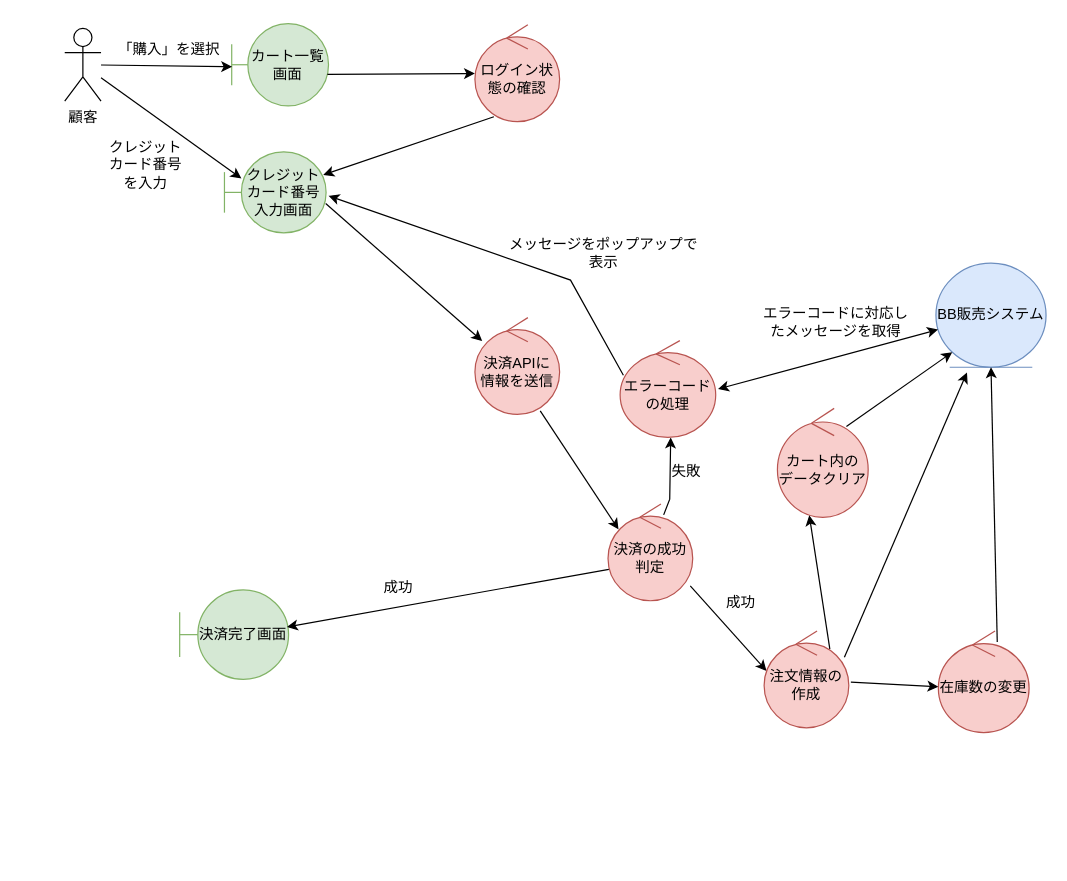
This is BB/analysys_purchase.drawio from FujikawaHirono0520/group3_1_dogdog, a draw.io file, before an edit. Source tidied: cells renumbered, new cells numbered last; positions are measured from the earlier drawing's top-left corner, leaving out a move shared by most shapes. Both pictures are drawn from the tidied source at 121%, with x=0, y=0 at pixel (64, 23).
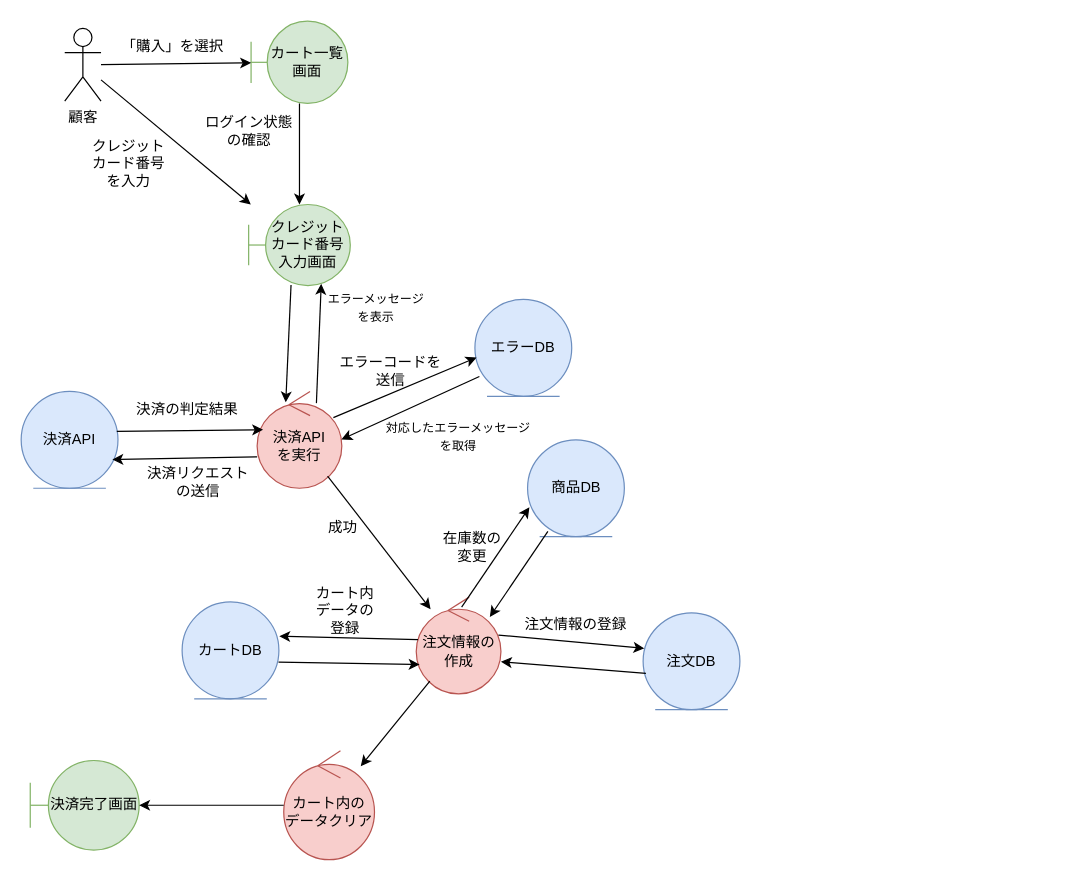
After the change.

Commit message (it also covers changes not shown here):
購入　シーケンス

Unchanged cells that the change refers to:
```xml
<mxCell id="2" value="顧客" style="shape=umlActor;verticalLabelPosition=bottom;verticalAlign=top;html=1;outlineConnect=0;" parent="1" vertex="1">
  <mxGeometry y="4" width="30" height="60" as="geometry" />
</mxCell>
```

The edit, as a diff of the source:
```diff
@@
     <mxCell id="3" value="カート一覧画面" style="shape=umlBoundary;whiteSpace=wrap;html=1;fillColor=#d5e8d4;strokeColor=#82b366;" parent="1" vertex="1">
-      <mxGeometry x="138" width="80" height="68" as="geometry" />
+      <mxGeometry x="154" y="-2" width="80" height="68" as="geometry" />
     </mxCell>
-    <mxCell id="4" style="endArrow=classic;html=1;rounded=0;entryX=0.004;entryY=0.525;entryDx=0;entryDy=0;entryPerimeter=0;" parent="1" edge="1" source="2" target="3">
+    <mxCell id="4" style="endArrow=classic;html=1;rounded=0;" parent="1" edge="1" source="2" target="3">
       <mxGeometry relative="1" as="geometry" />
     </mxCell>
-    <mxCell id="5" style="endArrow=classic;html=1;rounded=0;exitX=0.988;exitY=0.618;exitDx=0;exitDy=0;exitPerimeter=0;" parent="1" edge="1" source="3" target="6">
-      <mxGeometry relative="1" as="geometry" />
-    </mxCell>
-    <mxCell id="6" value="ログイン状態の確認" style="ellipse;shape=umlControl;whiteSpace=wrap;html=1;fillColor=#f8cecc;strokeColor=#b85450;" parent="1" vertex="1">
-      <mxGeometry x="339" y="1" width="70" height="80" as="geometry" />
-    </mxCell>
     <mxCell id="7" value="「購入」を選択" style="text;html=1;align=center;verticalAlign=middle;whiteSpace=wrap;rounded=0;" parent="1" vertex="1">
-      <mxGeometry x="41" y="7" width="91" height="30" as="geometry" />
+      <mxGeometry x="44" y="4" width="91" height="30" as="geometry" />
     </mxCell>
     <mxCell id="8" value="クレジットカード番号入力画面" style="shape=umlBoundary;whiteSpace=wrap;html=1;fillColor=#d5e8d4;strokeColor=#82b366;" parent="1" vertex="1">
-      <mxGeometry x="132" y="106" width="84" height="67" as="geometry" />
+      <mxGeometry x="152" y="149.5" width="84" height="67" as="geometry" />
     </mxCell>
-    <mxCell id="9" style="endArrow=classic;html=1;rounded=0;exitX=0.224;exitY=0.95;exitDx=0;exitDy=0;exitPerimeter=0;entryX=0.972;entryY=0.284;entryDx=0;entryDy=0;entryPerimeter=0;" parent="1" edge="1" source="6" target="8">
-      <mxGeometry relative="1" as="geometry" />
-    </mxCell>
-    <mxCell id="10" style="endArrow=classic;html=1;rounded=0;entryX=0.167;entryY=0.328;entryDx=0;entryDy=0;entryPerimeter=0;" parent="1" edge="1" source="2" target="8">
+    <mxCell id="10" style="endArrow=classic;html=1;rounded=0;" parent="1" edge="1" source="2" target="8">
       <mxGeometry relative="1" as="geometry" />
     </mxCell>
-    <mxCell id="11" value="決済APIに&lt;div&gt;情報を送信&lt;/div&gt;" style="ellipse;shape=umlControl;whiteSpace=wrap;html=1;fillColor=#f8cecc;strokeColor=#b85450;" parent="1" vertex="1">
-      <mxGeometry x="339" y="243" width="70" height="80" as="geometry" />
-    </mxCell>
-    <mxCell id="12" style="endArrow=classic;html=1;rounded=0;exitX=0.996;exitY=0.637;exitDx=0;exitDy=0;exitPerimeter=0;entryX=0.086;entryY=0.242;entryDx=0;entryDy=0;entryPerimeter=0;" parent="1" edge="1" source="8" target="11">
-      <mxGeometry relative="1" as="geometry" />
-    </mxCell>
     <mxCell id="13" value="クレジットカード番号を入力&lt;div&gt;&lt;br&gt;&lt;/div&gt;" style="text;html=1;align=center;verticalAlign=middle;whiteSpace=wrap;rounded=0;" parent="1" vertex="1">
-      <mxGeometry x="32" y="112" width="70" height="24" as="geometry" />
+      <mxGeometry x="18" y="111" width="70" height="24" as="geometry" />
     </mxCell>
-    <mxCell id="14" style="endArrow=classic;html=1;rounded=0;exitX=0.771;exitY=0.963;exitDx=0;exitDy=0;exitPerimeter=0;entryX=0.124;entryY=0.263;entryDx=0;entryDy=0;entryPerimeter=0;" parent="1" edge="1" source="11" target="15">
-      <mxGeometry relative="1" as="geometry" />
-    </mxCell>
-    <mxCell id="15" value="決済の成功判定" style="ellipse;shape=umlControl;whiteSpace=wrap;html=1;fillColor=#f8cecc;strokeColor=#b85450;" parent="1" vertex="1">
-      <mxGeometry x="449" y="397" width="70" height="80" as="geometry" />
-    </mxCell>
     <mxCell id="16" value="決済完了画面" style="shape=umlBoundary;whiteSpace=wrap;html=1;fillColor=#d5e8d4;strokeColor=#82b366;" parent="1" vertex="1">
-      <mxGeometry x="95" y="468" width="90" height="74" as="geometry" />
+      <mxGeometry x="-28.5" y="609" width="90" height="74" as="geometry" />
     </mxCell>
-    <mxCell id="17" style="endArrow=classic;html=1;rounded=0;exitX=0.01;exitY=0.675;exitDx=0;exitDy=0;exitPerimeter=0;entryX=0.985;entryY=0.414;entryDx=0;entryDy=0;entryPerimeter=0;" parent="1" edge="1" source="15" target="16">
-      <mxGeometry relative="1" as="geometry" />
-    </mxCell>
-    <mxCell id="18" value="成功" style="text;html=1;align=center;verticalAlign=middle;whiteSpace=wrap;rounded=0;" parent="1" vertex="1">
-      <mxGeometry x="237.5" y="445" width="76" height="42" as="geometry" />
-    </mxCell>
-    <mxCell id="19" style="endArrow=classic;html=1;rounded=0;entryX=0.529;entryY=1;entryDx=0;entryDy=0;entryPerimeter=0;exitX=0.657;exitY=0.113;exitDx=0;exitDy=0;exitPerimeter=0;" parent="1" edge="1" source="15" target="20">
-      <mxGeometry relative="1" as="geometry">
-        <Array as="points">
-          <mxPoint x="500" y="393" />
-        </Array>
-      </mxGeometry>
-    </mxCell>
-    <mxCell id="20" value="エラーコードの処理" style="ellipse;shape=umlControl;whiteSpace=wrap;html=1;fillColor=#f8cecc;strokeColor=#b85450;" parent="1" vertex="1">
-      <mxGeometry x="459" y="262" width="79" height="80" as="geometry" />
-    </mxCell>
-    <mxCell id="21" value="BB販売システム" style="ellipse;shape=umlEntity;whiteSpace=wrap;html=1;fillColor=#dae8fc;strokeColor=#6c8ebf;" parent="1" vertex="1">
-      <mxGeometry x="720" y="198" width="91" height="86" as="geometry" />
-    </mxCell>
-    <mxCell id="22" value="失敗" style="text;html=1;align=center;verticalAlign=middle;whiteSpace=wrap;rounded=0;" parent="1" vertex="1">
-      <mxGeometry x="484" y="355" width="60" height="30" as="geometry" />
-    </mxCell>
-    <mxCell id="23" value="エラーコードに対応したメッセージを取得" style="text;html=1;align=center;verticalAlign=middle;whiteSpace=wrap;rounded=0;" parent="1" vertex="1">
-      <mxGeometry x="572" y="232" width="131" height="30" as="geometry" />
-    </mxCell>
-    <mxCell id="24" style="endArrow=classic;startArrow=classic;html=1;rounded=0;exitX=1.024;exitY=0.5;exitDx=0;exitDy=0;exitPerimeter=0;" parent="1" edge="1" source="20" target="21">
-      <mxGeometry relative="1" as="geometry" />
-    </mxCell>
-    <mxCell id="25" style="endArrow=classic;html=1;rounded=0;exitX=0.034;exitY=0.358;exitDx=0;exitDy=0;exitPerimeter=0;entryX=1.024;entryY=0.542;entryDx=0;entryDy=0;entryPerimeter=0;" parent="1" edge="1" source="20" target="8">
-      <mxGeometry relative="1" as="geometry">
-        <Array as="points">
-          <mxPoint x="418" y="212" />
-        </Array>
-      </mxGeometry>
-    </mxCell>
-    <mxCell id="26" value="メッセージをポップアップで表示" style="text;html=1;align=center;verticalAlign=middle;whiteSpace=wrap;rounded=0;rotation=0;" parent="1" vertex="1">
-      <mxGeometry x="362" y="175" width="167" height="30" as="geometry" />
-    </mxCell>
+    <mxCell id="31" value="カート内の&lt;div&gt;データクリア&lt;/div&gt;" style="ellipse;shape=umlControl;whiteSpace=wrap;html=1;fillColor=#f8cecc;strokeColor=#b85450;" parent="1" vertex="1">
+      <mxGeometry x="181" y="601" width="75" height="90" as="geometry" />
+    </mxCell>
+    <mxCell id="37" style="endArrow=classic;html=1;rounded=0;" parent="1" edge="1" source="3" target="8">
+      <mxGeometry relative="1" as="geometry" />
+    </mxCell>
+    <mxCell id="6" value="ログイン状態の確認" style="text;html=1;align=center;verticalAlign=middle;whiteSpace=wrap;rounded=0;" parent="1" vertex="1">
+      <mxGeometry x="114" y="74" width="77" height="30" as="geometry" />
+    </mxCell>
+    <mxCell id="38" value="エラーDB" style="ellipse;shape=umlEntity;whiteSpace=wrap;html=1;fillColor=#dae8fc;strokeColor=#6c8ebf;" parent="1" vertex="1">
+      <mxGeometry x="339" y="228" width="80" height="80" as="geometry" />
+    </mxCell>
+    <mxCell id="39" value="カートDB" style="ellipse;shape=umlEntity;whiteSpace=wrap;html=1;fillColor=#dae8fc;strokeColor=#6c8ebf;" parent="1" vertex="1">
+      <mxGeometry x="97" y="478" width="80" height="80" as="geometry" />
+    </mxCell>
+    <mxCell id="40" value="注文DB" style="ellipse;shape=umlEntity;whiteSpace=wrap;html=1;fillColor=#dae8fc;strokeColor=#6c8ebf;" parent="1" vertex="1">
+      <mxGeometry x="478" y="487" width="80" height="80" as="geometry" />
+    </mxCell>
+    <mxCell id="41" value="商品DB" style="ellipse;shape=umlEntity;whiteSpace=wrap;html=1;fillColor=#dae8fc;strokeColor=#6c8ebf;" parent="1" vertex="1">
+      <mxGeometry x="382.5" y="344" width="80" height="80" as="geometry" />
+    </mxCell>
+    <mxCell id="42" value="&lt;font style=&quot;font-size: 10px;&quot;&gt;エラーメッセージを表示&lt;/font&gt;" style="text;html=1;align=center;verticalAlign=middle;whiteSpace=wrap;rounded=0;fillColor=default;" parent="1" vertex="1">
+      <mxGeometry x="215" y="228" width="85" height="12" as="geometry" />
+    </mxCell>
+    <mxCell id="34" value="注文情報の作成" style="ellipse;shape=umlControl;whiteSpace=wrap;html=1;fillColor=#f8cecc;strokeColor=#b85450;" parent="1" vertex="1">
+      <mxGeometry x="290.5" y="474" width="70" height="80" as="geometry" />
+    </mxCell>
+    <mxCell id="43" value="決済API" style="ellipse;shape=umlEntity;whiteSpace=wrap;html=1;fillColor=#dae8fc;strokeColor=#6c8ebf;" parent="1" vertex="1">
+      <mxGeometry x="-36" y="304" width="80" height="80" as="geometry" />
+    </mxCell>
+    <mxCell id="44" value="決済API&lt;div&gt;を実行&lt;/div&gt;" style="ellipse;shape=umlControl;whiteSpace=wrap;html=1;fillColor=#f8cecc;strokeColor=#b85450;" parent="1" vertex="1">
+      <mxGeometry x="159" y="304" width="70" height="80" as="geometry" />
+    </mxCell>
+    <mxCell id="45" style="endArrow=classic;html=1;rounded=0;exitX=0;exitY=0.675;exitDx=0;exitDy=0;exitPerimeter=0;entryX=0.942;entryY=0.704;entryDx=0;entryDy=0;entryPerimeter=0;" parent="1" edge="1" source="44" target="43">
+      <mxGeometry relative="1" as="geometry" />
+    </mxCell>
+    <mxCell id="46" style="endArrow=classic;html=1;rounded=0;exitX=0.988;exitY=0.413;exitDx=0;exitDy=0;exitPerimeter=0;entryX=0.071;entryY=0.396;entryDx=0;entryDy=0;entryPerimeter=0;" parent="1" edge="1" source="43" target="44">
+      <mxGeometry relative="1" as="geometry" />
+    </mxCell>
+    <mxCell id="47" value="決済リクエストの送信" style="text;html=1;align=center;verticalAlign=middle;whiteSpace=wrap;rounded=0;" parent="1" vertex="1">
+      <mxGeometry x="67" y="364" width="87" height="30" as="geometry" />
+    </mxCell>
+    <mxCell id="48" value="決済の判定結果" style="text;html=1;align=center;verticalAlign=middle;whiteSpace=wrap;rounded=0;" parent="1" vertex="1">
+      <mxGeometry x="55" y="304" width="93" height="30" as="geometry" />
+    </mxCell>
+    <mxCell id="49" style="endArrow=classic;html=1;rounded=0;exitX=0.9;exitY=0.271;exitDx=0;exitDy=0;exitPerimeter=0;entryX=0.017;entryY=0.6;entryDx=0;entryDy=0;entryPerimeter=0;" parent="1" edge="1" source="44" target="38">
+      <mxGeometry relative="1" as="geometry" />
+    </mxCell>
+    <mxCell id="50" style="endArrow=classic;html=1;rounded=0;exitX=0.046;exitY=0.796;exitDx=0;exitDy=0;exitPerimeter=0;entryX=0.995;entryY=0.496;entryDx=0;entryDy=0;entryPerimeter=0;" parent="1" edge="1" source="38" target="44">
+      <mxGeometry relative="1" as="geometry" />
+    </mxCell>
+    <mxCell id="51" value="エラーコードを送信" style="text;html=1;align=center;verticalAlign=middle;whiteSpace=wrap;rounded=0;" parent="1" vertex="1">
+      <mxGeometry x="224" y="272" width="91" height="30" as="geometry" />
+    </mxCell>
+    <mxCell id="52" value="&lt;font style=&quot;font-size: 10px;&quot;&gt;対応したエラーメッセージを取得&lt;/font&gt;" style="text;html=1;align=center;verticalAlign=middle;whiteSpace=wrap;rounded=0;fillColor=none;" parent="1" vertex="1">
+      <mxGeometry x="262" y="326" width="127" height="30" as="geometry" />
+    </mxCell>
+    <mxCell id="53" style="endArrow=classic;html=1;rounded=0;exitX=0.417;exitY=0.993;exitDx=0;exitDy=0;exitPerimeter=0;entryX=0.338;entryY=0.113;entryDx=0;entryDy=0;entryPerimeter=0;" parent="1" edge="1" source="8" target="44">
+      <mxGeometry relative="1" as="geometry" />
+    </mxCell>
+    <mxCell id="54" style="endArrow=classic;html=1;rounded=0;entryX=0.714;entryY=0.978;entryDx=0;entryDy=0;entryPerimeter=0;exitX=0.7;exitY=0.121;exitDx=0;exitDy=0;exitPerimeter=0;" parent="1" edge="1" source="44" target="8">
+      <mxGeometry relative="1" as="geometry" />
+    </mxCell>
+    <mxCell id="55" style="endArrow=classic;html=1;rounded=0;" parent="1" edge="1" source="44" target="34">
+      <mxGeometry relative="1" as="geometry" />
+    </mxCell>
+    <mxCell id="56" style="endArrow=classic;html=1;rounded=0;exitX=0.971;exitY=0.392;exitDx=0;exitDy=0;exitPerimeter=0;entryX=0.013;entryY=0.367;entryDx=0;entryDy=0;entryPerimeter=0;" parent="1" edge="1" source="34" target="40">
+      <mxGeometry relative="1" as="geometry" />
+    </mxCell>
+    <mxCell id="57" style="endArrow=classic;html=1;rounded=0;entryX=1;entryY=0.667;entryDx=0;entryDy=0;entryPerimeter=0;exitX=0.029;exitY=0.625;exitDx=0;exitDy=0;exitPerimeter=0;" parent="1" edge="1" source="40" target="34">
+      <mxGeometry relative="1" as="geometry" />
+    </mxCell>
+    <mxCell id="58" value="注文情報の登録" style="text;html=1;align=center;verticalAlign=middle;whiteSpace=wrap;rounded=0;" parent="1" vertex="1">
+      <mxGeometry x="370" y="482" width="105" height="30" as="geometry" />
+    </mxCell>
+    <mxCell id="33" style="endArrow=classic;html=1;rounded=0;" parent="1" edge="1" source="34" target="31">
+      <mxGeometry relative="1" as="geometry" />
+    </mxCell>
+    <mxCell id="59" style="endArrow=classic;html=1;rounded=0;" parent="1" edge="1" source="31" target="16">
+      <mxGeometry relative="1" as="geometry" />
+    </mxCell>
+    <mxCell id="60" style="endArrow=classic;html=1;rounded=0;exitX=0.021;exitY=0.438;exitDx=0;exitDy=0;exitPerimeter=0;entryX=1.004;entryY=0.354;entryDx=0;entryDy=0;entryPerimeter=0;" parent="1" edge="1" source="34" target="39">
+      <mxGeometry relative="1" as="geometry" />
+    </mxCell>
+    <mxCell id="61" style="endArrow=classic;html=1;rounded=0;entryX=0.04;entryY=0.696;entryDx=0;entryDy=0;entryPerimeter=0;exitX=0.996;exitY=0.621;exitDx=0;exitDy=0;exitPerimeter=0;" parent="1" edge="1" source="39" target="34">
+      <mxGeometry relative="1" as="geometry" />
+    </mxCell>
+    <mxCell id="62" style="endArrow=classic;html=1;rounded=0;entryX=0.019;entryY=0.696;entryDx=0;entryDy=0;entryPerimeter=0;exitX=0.536;exitY=0.104;exitDx=0;exitDy=0;exitPerimeter=0;" parent="1" edge="1" source="34" target="41">
+      <mxGeometry relative="1" as="geometry" />
+    </mxCell>
+    <mxCell id="63" style="endArrow=classic;html=1;rounded=0;exitX=0.21;exitY=0.946;exitDx=0;exitDy=0;exitPerimeter=0;entryX=0.869;entryY=0.204;entryDx=0;entryDy=0;entryPerimeter=0;" parent="1" edge="1" source="41" target="34">
+      <mxGeometry relative="1" as="geometry" />
+    </mxCell>
+    <mxCell id="64" value="成功" style="text;html=1;align=center;verticalAlign=middle;whiteSpace=wrap;rounded=0;" parent="1" vertex="1">
+      <mxGeometry x="200" y="402" width="60" height="30" as="geometry" />
+    </mxCell>
-    <mxCell id="27" value="在庫数の変更" style="ellipse;shape=umlControl;whiteSpace=wrap;html=1;fillColor=#f8cecc;strokeColor=#b85450;" parent="1" vertex="1">
-      <mxGeometry x="722" y="502" width="75" height="84" as="geometry" />
+    <mxCell id="27" value="在庫数の変更" style="text;html=1;align=center;verticalAlign=middle;whiteSpace=wrap;rounded=0;" parent="1" vertex="1">
+      <mxGeometry x="307" y="418" width="60" height="30" as="geometry" />
     </mxCell>
-    <mxCell id="28" style="endArrow=classic;html=1;rounded=0;exitX=0.971;exitY=0.846;exitDx=0;exitDy=0;exitPerimeter=0;" parent="1" edge="1" source="15">
-      <mxGeometry relative="1" as="geometry">
-        <mxPoint x="580" y="535" as="targetPoint" />
-      </mxGeometry>
-    </mxCell>
-    <mxCell id="29" value="成功" style="text;html=1;align=center;verticalAlign=middle;whiteSpace=wrap;rounded=0;" parent="1" vertex="1">
-      <mxGeometry x="529" y="464" width="60" height="30" as="geometry" />
-    </mxCell>
-    <mxCell id="30" style="endArrow=classic;html=1;rounded=0;entryX=0.5;entryY=1;entryDx=0;entryDy=0;exitX=0.649;exitY=0.107;exitDx=0;exitDy=0;exitPerimeter=0;" parent="1" edge="1" source="27" target="21">
-      <mxGeometry relative="1" as="geometry" />
-    </mxCell>
-    <mxCell id="31" value="カート内の&lt;div&gt;データクリア&lt;/div&gt;" style="ellipse;shape=umlControl;whiteSpace=wrap;html=1;fillColor=#f8cecc;strokeColor=#b85450;" parent="1" vertex="1">
-      <mxGeometry x="589" y="318" width="75" height="90" as="geometry" />
-    </mxCell>
-    <mxCell id="32" style="endArrow=classic;html=1;rounded=0;exitX=0.76;exitY=0.167;exitDx=0;exitDy=0;exitPerimeter=0;entryX=0;entryY=1;entryDx=0;entryDy=0;" parent="1" edge="1" source="31" target="21">
-      <mxGeometry relative="1" as="geometry" />
-    </mxCell>
-    <mxCell id="33" style="endArrow=classic;html=1;rounded=0;exitX=0.776;exitY=0.188;exitDx=0;exitDy=0;exitPerimeter=0;entryX=0.351;entryY=0.981;entryDx=0;entryDy=0;entryPerimeter=0;" parent="1" edge="1" source="34" target="31">
-      <mxGeometry relative="1" as="geometry" />
-    </mxCell>
-    <mxCell id="34" value="注文情報の作成" style="ellipse;shape=umlControl;whiteSpace=wrap;html=1;fillColor=#f8cecc;strokeColor=#b85450;" parent="1" vertex="1">
-      <mxGeometry x="578" y="502" width="70" height="80" as="geometry" />
-    </mxCell>
-    <mxCell id="35" style="endArrow=classic;html=1;exitX=1.024;exitY=0.529;exitDx=0;exitDy=0;exitPerimeter=0;entryX=0;entryY=0.548;entryDx=0;entryDy=0;entryPerimeter=0;" parent="1" edge="1" source="34" target="27">
-      <mxGeometry relative="1" as="geometry" />
-    </mxCell>
-    <mxCell id="36" style="endArrow=classic;html=1;exitX=0.948;exitY=0.271;exitDx=0;exitDy=0;exitPerimeter=0;entryX=0.282;entryY=1.05;entryDx=0;entryDy=0;entryPerimeter=0;" parent="1" edge="1" source="34" target="21">
-      <mxGeometry relative="1" as="geometry" />
-    </mxCell>
+    <mxCell id="65" value="カート内データの登録" style="text;html=1;align=center;verticalAlign=middle;whiteSpace=wrap;rounded=0;" parent="1" vertex="1">
+      <mxGeometry x="202" y="470" width="60" height="30" as="geometry" />
+    </mxCell>
```
